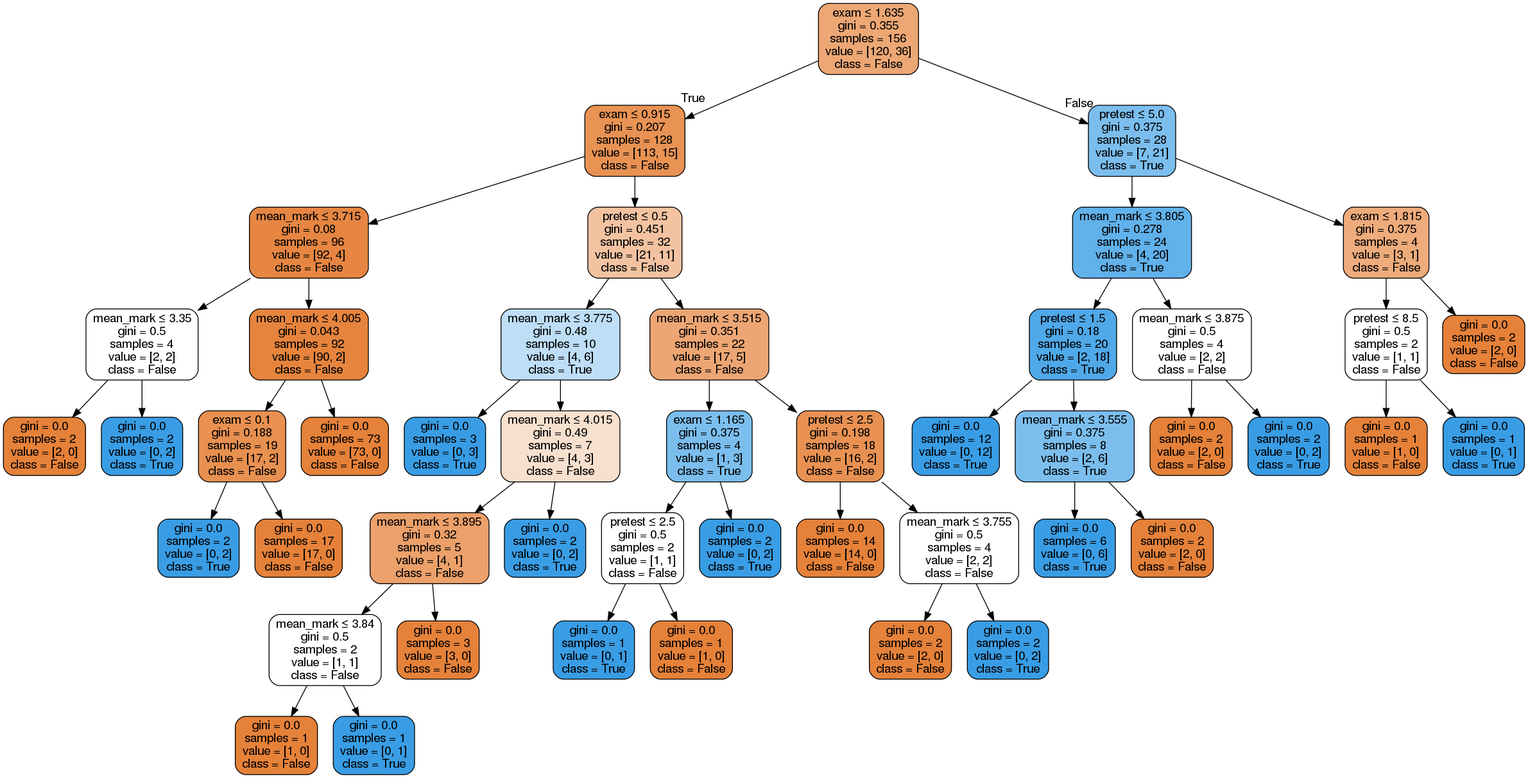
The Graphviz diagram Depth_tree.png in ArtemCoolAc/Diploma, before a commit. Its source is kept beside it as Depth_tree.dot.
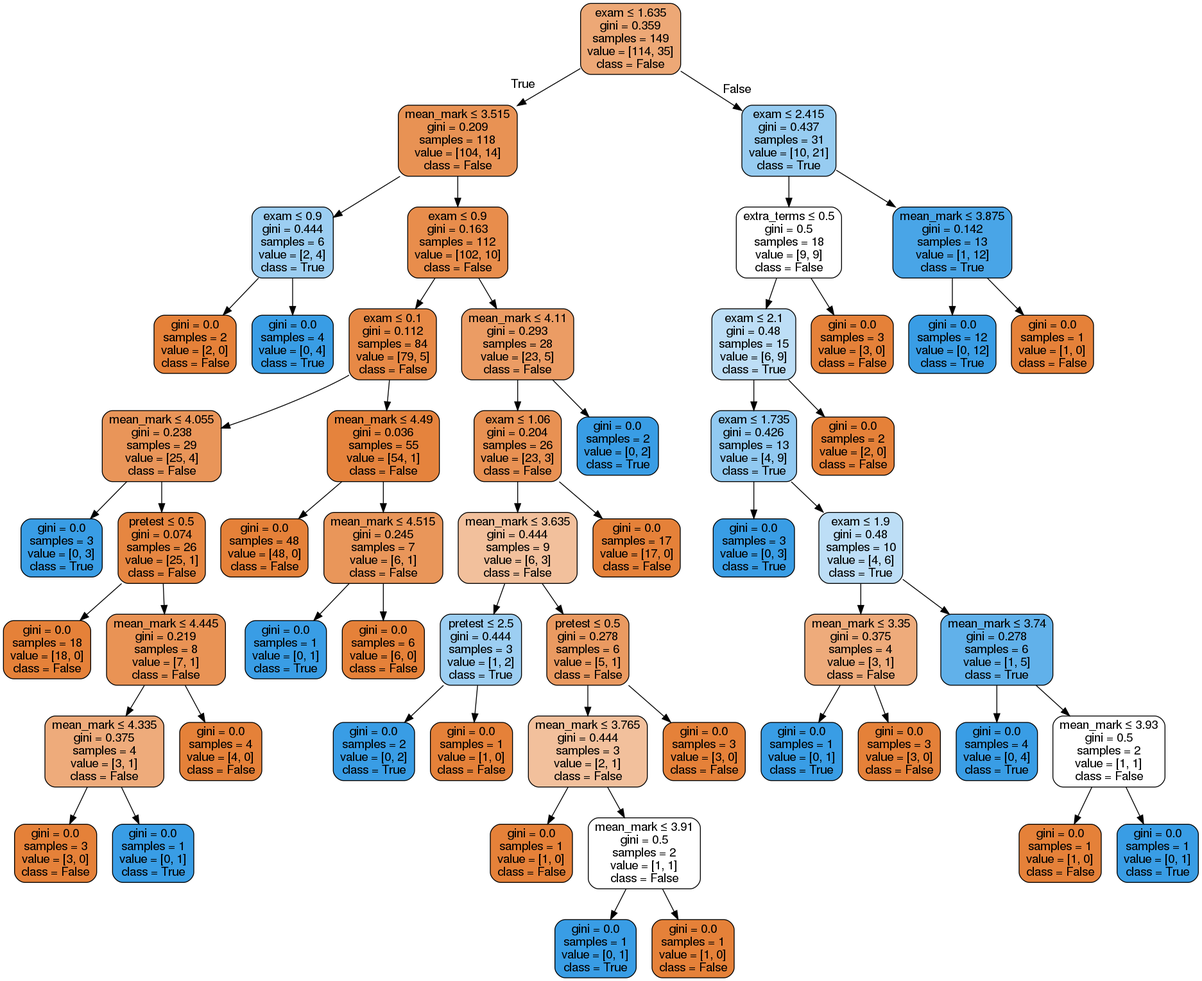
After the change.

What changed in the source:
```diff
@@ -1,97 +1,113 @@
 digraph Tree {
 node [shape=box, style="filled, rounded", color="black", fontname=helvetica] ;
 edge [fontname=helvetica] ;
-0 [label=<exam &le; 1.635<br/>gini = 0.355<br/>samples = 156<br/>value = [120, 36]<br/>class = False>, fillcolor="#eda774"] ;
-1 [label=<exam &le; 0.915<br/>gini = 0.207<br/>samples = 128<br/>value = [113, 15]<br/>class = False>, fillcolor="#e89253"] ;
+0 [label=<exam &le; 1.635<br/>gini = 0.359<br/>samples = 149<br/>value = [114, 35]<br/>class = False>, fillcolor="#eda876"] ;
+1 [label=<mean_mark &le; 3.515<br/>gini = 0.209<br/>samples = 118<br/>value = [104, 14]<br/>class = False>, fillcolor="#e89254"] ;
 0 -> 1 [labeldistance=2.5, labelangle=45, headlabel="True"] ;
-2 [label=<mean_mark &le; 3.715<br/>gini = 0.08<br/>samples = 96<br/>value = [92, 4]<br/>class = False>, fillcolor="#e68642"] ;
+2 [label=<exam &le; 0.9<br/>gini = 0.444<br/>samples = 6<br/>value = [2, 4]<br/>class = True>, fillcolor="#9ccef2"] ;
 1 -> 2 ;
-3 [label=<mean_mark &le; 3.35<br/>gini = 0.5<br/>samples = 4<br/>value = [2, 2]<br/>class = False>, fillcolor="#ffffff"] ;
+3 [label=<gini = 0.0<br/>samples = 2<br/>value = [2, 0]<br/>class = False>, fillcolor="#e58139"] ;
 2 -> 3 ;
-4 [label=<gini = 0.0<br/>samples = 2<br/>value = [2, 0]<br/>class = False>, fillcolor="#e58139"] ;
-3 -> 4 ;
-5 [label=<gini = 0.0<br/>samples = 2<br/>value = [0, 2]<br/>class = True>, fillcolor="#399de5"] ;
-3 -> 5 ;
-6 [label=<mean_mark &le; 4.005<br/>gini = 0.043<br/>samples = 92<br/>value = [90, 2]<br/>class = False>, fillcolor="#e6843d"] ;
-2 -> 6 ;
-7 [label=<exam &le; 0.1<br/>gini = 0.188<br/>samples = 19<br/>value = [17, 2]<br/>class = False>, fillcolor="#e89050"] ;
+4 [label=<gini = 0.0<br/>samples = 4<br/>value = [0, 4]<br/>class = True>, fillcolor="#399de5"] ;
+2 -> 4 ;
+5 [label=<exam &le; 0.9<br/>gini = 0.163<br/>samples = 112<br/>value = [102, 10]<br/>class = False>, fillcolor="#e88d4c"] ;
+1 -> 5 ;
+6 [label=<exam &le; 0.1<br/>gini = 0.112<br/>samples = 84<br/>value = [79, 5]<br/>class = False>, fillcolor="#e78946"] ;
+5 -> 6 ;
+7 [label=<mean_mark &le; 4.055<br/>gini = 0.238<br/>samples = 29<br/>value = [25, 4]<br/>class = False>, fillcolor="#e99559"] ;
 6 -> 7 ;
-8 [label=<gini = 0.0<br/>samples = 2<br/>value = [0, 2]<br/>class = True>, fillcolor="#399de5"] ;
+8 [label=<gini = 0.0<br/>samples = 3<br/>value = [0, 3]<br/>class = True>, fillcolor="#399de5"] ;
 7 -> 8 ;
-9 [label=<gini = 0.0<br/>samples = 17<br/>value = [17, 0]<br/>class = False>, fillcolor="#e58139"] ;
+9 [label=<pretest &le; 0.5<br/>gini = 0.074<br/>samples = 26<br/>value = [25, 1]<br/>class = False>, fillcolor="#e68641"] ;
 7 -> 9 ;
-10 [label=<gini = 0.0<br/>samples = 73<br/>value = [73, 0]<br/>class = False>, fillcolor="#e58139"] ;
-6 -> 10 ;
-11 [label=<pretest &le; 0.5<br/>gini = 0.451<br/>samples = 32<br/>value = [21, 11]<br/>class = False>, fillcolor="#f3c3a1"] ;
-1 -> 11 ;
-12 [label=<mean_mark &le; 3.775<br/>gini = 0.48<br/>samples = 10<br/>value = [4, 6]<br/>class = True>, fillcolor="#bddef6"] ;
+10 [label=<gini = 0.0<br/>samples = 18<br/>value = [18, 0]<br/>class = False>, fillcolor="#e58139"] ;
+9 -> 10 ;
+11 [label=<mean_mark &le; 4.445<br/>gini = 0.219<br/>samples = 8<br/>value = [7, 1]<br/>class = False>, fillcolor="#e99355"] ;
+9 -> 11 ;
+12 [label=<mean_mark &le; 4.335<br/>gini = 0.375<br/>samples = 4<br/>value = [3, 1]<br/>class = False>, fillcolor="#eeab7b"] ;
 11 -> 12 ;
-13 [label=<gini = 0.0<br/>samples = 3<br/>value = [0, 3]<br/>class = True>, fillcolor="#399de5"] ;
+13 [label=<gini = 0.0<br/>samples = 3<br/>value = [3, 0]<br/>class = False>, fillcolor="#e58139"] ;
 12 -> 13 ;
-14 [label=<mean_mark &le; 4.015<br/>gini = 0.49<br/>samples = 7<br/>value = [4, 3]<br/>class = False>, fillcolor="#f8e0ce"] ;
+14 [label=<gini = 0.0<br/>samples = 1<br/>value = [0, 1]<br/>class = True>, fillcolor="#399de5"] ;
 12 -> 14 ;
-15 [label=<mean_mark &le; 3.895<br/>gini = 0.32<br/>samples = 5<br/>value = [4, 1]<br/>class = False>, fillcolor="#eca06a"] ;
-14 -> 15 ;
-16 [label=<mean_mark &le; 3.84<br/>gini = 0.5<br/>samples = 2<br/>value = [1, 1]<br/>class = False>, fillcolor="#ffffff"] ;
-15 -> 16 ;
-17 [label=<gini = 0.0<br/>samples = 1<br/>value = [1, 0]<br/>class = False>, fillcolor="#e58139"] ;
+15 [label=<gini = 0.0<br/>samples = 4<br/>value = [4, 0]<br/>class = False>, fillcolor="#e58139"] ;
+11 -> 15 ;
+16 [label=<mean_mark &le; 4.49<br/>gini = 0.036<br/>samples = 55<br/>value = [54, 1]<br/>class = False>, fillcolor="#e5833d"] ;
+6 -> 16 ;
+17 [label=<gini = 0.0<br/>samples = 48<br/>value = [48, 0]<br/>class = False>, fillcolor="#e58139"] ;
 16 -> 17 ;
-18 [label=<gini = 0.0<br/>samples = 1<br/>value = [0, 1]<br/>class = True>, fillcolor="#399de5"] ;
+18 [label=<mean_mark &le; 4.515<br/>gini = 0.245<br/>samples = 7<br/>value = [6, 1]<br/>class = False>, fillcolor="#e9965a"] ;
 16 -> 18 ;
-19 [label=<gini = 0.0<br/>samples = 3<br/>value = [3, 0]<br/>class = False>, fillcolor="#e58139"] ;
-15 -> 19 ;
-20 [label=<gini = 0.0<br/>samples = 2<br/>value = [0, 2]<br/>class = True>, fillcolor="#399de5"] ;
-14 -> 20 ;
-21 [label=<mean_mark &le; 3.515<br/>gini = 0.351<br/>samples = 22<br/>value = [17, 5]<br/>class = False>, fillcolor="#eda673"] ;
-11 -> 21 ;
-22 [label=<exam &le; 1.165<br/>gini = 0.375<br/>samples = 4<br/>value = [1, 3]<br/>class = True>, fillcolor="#7bbeee"] ;
+19 [label=<gini = 0.0<br/>samples = 1<br/>value = [0, 1]<br/>class = True>, fillcolor="#399de5"] ;
+18 -> 19 ;
+20 [label=<gini = 0.0<br/>samples = 6<br/>value = [6, 0]<br/>class = False>, fillcolor="#e58139"] ;
+18 -> 20 ;
+21 [label=<mean_mark &le; 4.11<br/>gini = 0.293<br/>samples = 28<br/>value = [23, 5]<br/>class = False>, fillcolor="#eb9c64"] ;
+5 -> 21 ;
+22 [label=<exam &le; 1.06<br/>gini = 0.204<br/>samples = 26<br/>value = [23, 3]<br/>class = False>, fillcolor="#e89153"] ;
 21 -> 22 ;
-23 [label=<pretest &le; 2.5<br/>gini = 0.5<br/>samples = 2<br/>value = [1, 1]<br/>class = False>, fillcolor="#ffffff"] ;
+23 [label=<mean_mark &le; 3.635<br/>gini = 0.444<br/>samples = 9<br/>value = [6, 3]<br/>class = False>, fillcolor="#f2c09c"] ;
 22 -> 23 ;
-24 [label=<gini = 0.0<br/>samples = 1<br/>value = [0, 1]<br/>class = True>, fillcolor="#399de5"] ;
+24 [label=<pretest &le; 2.5<br/>gini = 0.444<br/>samples = 3<br/>value = [1, 2]<br/>class = True>, fillcolor="#9ccef2"] ;
 23 -> 24 ;
-25 [label=<gini = 0.0<br/>samples = 1<br/>value = [1, 0]<br/>class = False>, fillcolor="#e58139"] ;
-23 -> 25 ;
-26 [label=<gini = 0.0<br/>samples = 2<br/>value = [0, 2]<br/>class = True>, fillcolor="#399de5"] ;
-22 -> 26 ;
-27 [label=<pretest &le; 2.5<br/>gini = 0.198<br/>samples = 18<br/>value = [16, 2]<br/>class = False>, fillcolor="#e89152"] ;
-21 -> 27 ;
-28 [label=<gini = 0.0<br/>samples = 14<br/>value = [14, 0]<br/>class = False>, fillcolor="#e58139"] ;
+25 [label=<gini = 0.0<br/>samples = 2<br/>value = [0, 2]<br/>class = True>, fillcolor="#399de5"] ;
+24 -> 25 ;
+26 [label=<gini = 0.0<br/>samples = 1<br/>value = [1, 0]<br/>class = False>, fillcolor="#e58139"] ;
+24 -> 26 ;
+27 [label=<pretest &le; 0.5<br/>gini = 0.278<br/>samples = 6<br/>value = [5, 1]<br/>class = False>, fillcolor="#ea9a61"] ;
+23 -> 27 ;
+28 [label=<mean_mark &le; 3.765<br/>gini = 0.444<br/>samples = 3<br/>value = [2, 1]<br/>class = False>, fillcolor="#f2c09c"] ;
 27 -> 28 ;
-29 [label=<mean_mark &le; 3.755<br/>gini = 0.5<br/>samples = 4<br/>value = [2, 2]<br/>class = False>, fillcolor="#ffffff"] ;
-27 -> 29 ;
-30 [label=<gini = 0.0<br/>samples = 2<br/>value = [2, 0]<br/>class = False>, fillcolor="#e58139"] ;
-29 -> 30 ;
-31 [label=<gini = 0.0<br/>samples = 2<br/>value = [0, 2]<br/>class = True>, fillcolor="#399de5"] ;
-29 -> 31 ;
-32 [label=<pretest &le; 5.0<br/>gini = 0.375<br/>samples = 28<br/>value = [7, 21]<br/>class = True>, fillcolor="#7bbeee"] ;
-0 -> 32 [labeldistance=2.5, labelangle=-45, headlabel="False"] ;
-33 [label=<mean_mark &le; 3.805<br/>gini = 0.278<br/>samples = 24<br/>value = [4, 20]<br/>class = True>, fillcolor="#61b1ea"] ;
-32 -> 33 ;
-34 [label=<pretest &le; 1.5<br/>gini = 0.18<br/>samples = 20<br/>value = [2, 18]<br/>class = True>, fillcolor="#4fa8e8"] ;
-33 -> 34 ;
-35 [label=<gini = 0.0<br/>samples = 12<br/>value = [0, 12]<br/>class = True>, fillcolor="#399de5"] ;
-34 -> 35 ;
-36 [label=<mean_mark &le; 3.555<br/>gini = 0.375<br/>samples = 8<br/>value = [2, 6]<br/>class = True>, fillcolor="#7bbeee"] ;
-34 -> 36 ;
-37 [label=<gini = 0.0<br/>samples = 6<br/>value = [0, 6]<br/>class = True>, fillcolor="#399de5"] ;
+29 [label=<gini = 0.0<br/>samples = 1<br/>value = [1, 0]<br/>class = False>, fillcolor="#e58139"] ;
+28 -> 29 ;
+30 [label=<mean_mark &le; 3.91<br/>gini = 0.5<br/>samples = 2<br/>value = [1, 1]<br/>class = False>, fillcolor="#ffffff"] ;
+28 -> 30 ;
+31 [label=<gini = 0.0<br/>samples = 1<br/>value = [0, 1]<br/>class = True>, fillcolor="#399de5"] ;
+30 -> 31 ;
+32 [label=<gini = 0.0<br/>samples = 1<br/>value = [1, 0]<br/>class = False>, fillcolor="#e58139"] ;
+30 -> 32 ;
+33 [label=<gini = 0.0<br/>samples = 3<br/>value = [3, 0]<br/>class = False>, fillcolor="#e58139"] ;
+27 -> 33 ;
+34 [label=<gini = 0.0<br/>samples = 17<br/>value = [17, 0]<br/>class = False>, fillcolor="#e58139"] ;
+22 -> 34 ;
+35 [label=<gini = 0.0<br/>samples = 2<br/>value = [0, 2]<br/>class = True>, fillcolor="#399de5"] ;
+21 -> 35 ;
+36 [label=<exam &le; 2.415<br/>gini = 0.437<br/>samples = 31<br/>value = [10, 21]<br/>class = True>, fillcolor="#97ccf1"] ;
+0 -> 36 [labeldistance=2.5, labelangle=-45, headlabel="False"] ;
+37 [label=<extra_terms &le; 0.5<br/>gini = 0.5<br/>samples = 18<br/>value = [9, 9]<br/>class = False>, fillcolor="#ffffff"] ;
 36 -> 37 ;
-38 [label=<gini = 0.0<br/>samples = 2<br/>value = [2, 0]<br/>class = False>, fillcolor="#e58139"] ;
-36 -> 38 ;
-39 [label=<mean_mark &le; 3.875<br/>gini = 0.5<br/>samples = 4<br/>value = [2, 2]<br/>class = False>, fillcolor="#ffffff"] ;
-33 -> 39 ;
-40 [label=<gini = 0.0<br/>samples = 2<br/>value = [2, 0]<br/>class = False>, fillcolor="#e58139"] ;
+38 [label=<exam &le; 2.1<br/>gini = 0.48<br/>samples = 15<br/>value = [6, 9]<br/>class = True>, fillcolor="#bddef6"] ;
+37 -> 38 ;
+39 [label=<exam &le; 1.735<br/>gini = 0.426<br/>samples = 13<br/>value = [4, 9]<br/>class = True>, fillcolor="#91c9f1"] ;
+38 -> 39 ;
+40 [label=<gini = 0.0<br/>samples = 3<br/>value = [0, 3]<br/>class = True>, fillcolor="#399de5"] ;
 39 -> 40 ;
-41 [label=<gini = 0.0<br/>samples = 2<br/>value = [0, 2]<br/>class = True>, fillcolor="#399de5"] ;
+41 [label=<exam &le; 1.9<br/>gini = 0.48<br/>samples = 10<br/>value = [4, 6]<br/>class = True>, fillcolor="#bddef6"] ;
 39 -> 41 ;
-42 [label=<exam &le; 1.815<br/>gini = 0.375<br/>samples = 4<br/>value = [3, 1]<br/>class = False>, fillcolor="#eeab7b"] ;
-32 -> 42 ;
-43 [label=<pretest &le; 8.5<br/>gini = 0.5<br/>samples = 2<br/>value = [1, 1]<br/>class = False>, fillcolor="#ffffff"] ;
+42 [label=<mean_mark &le; 3.35<br/>gini = 0.375<br/>samples = 4<br/>value = [3, 1]<br/>class = False>, fillcolor="#eeab7b"] ;
+41 -> 42 ;
+43 [label=<gini = 0.0<br/>samples = 1<br/>value = [0, 1]<br/>class = True>, fillcolor="#399de5"] ;
 42 -> 43 ;
-44 [label=<gini = 0.0<br/>samples = 1<br/>value = [1, 0]<br/>class = False>, fillcolor="#e58139"] ;
-43 -> 44 ;
-45 [label=<gini = 0.0<br/>samples = 1<br/>value = [0, 1]<br/>class = True>, fillcolor="#399de5"] ;
-43 -> 45 ;
-46 [label=<gini = 0.0<br/>samples = 2<br/>value = [2, 0]<br/>class = False>, fillcolor="#e58139"] ;
-42 -> 46 ;
+44 [label=<gini = 0.0<br/>samples = 3<br/>value = [3, 0]<br/>class = False>, fillcolor="#e58139"] ;
+42 -> 44 ;
+45 [label=<mean_mark &le; 3.74<br/>gini = 0.278<br/>samples = 6<br/>value = [1, 5]<br/>class = True>, fillcolor="#61b1ea"] ;
+41 -> 45 ;
+46 [label=<gini = 0.0<br/>samples = 4<br/>value = [0, 4]<br/>class = True>, fillcolor="#399de5"] ;
+45 -> 46 ;
+47 [label=<mean_mark &le; 3.93<br/>gini = 0.5<br/>samples = 2<br/>value = [1, 1]<br/>class = False>, fillcolor="#ffffff"] ;
+45 -> 47 ;
+48 [label=<gini = 0.0<br/>samples = 1<br/>value = [1, 0]<br/>class = False>, fillcolor="#e58139"] ;
+47 -> 48 ;
+49 [label=<gini = 0.0<br/>samples = 1<br/>value = [0, 1]<br/>class = True>, fillcolor="#399de5"] ;
+47 -> 49 ;
+50 [label=<gini = 0.0<br/>samples = 2<br/>value = [2, 0]<br/>class = False>, fillcolor="#e58139"] ;
+38 -> 50 ;
+51 [label=<gini = 0.0<br/>samples = 3<br/>value = [3, 0]<br/>class = False>, fillcolor="#e58139"] ;
+37 -> 51 ;
+52 [label=<mean_mark &le; 3.875<br/>gini = 0.142<br/>samples = 13<br/>value = [1, 12]<br/>class = True>, fillcolor="#49a5e7"] ;
+36 -> 52 ;
+53 [label=<gini = 0.0<br/>samples = 12<br/>value = [0, 12]<br/>class = True>, fillcolor="#399de5"] ;
+52 -> 53 ;
+54 [label=<gini = 0.0<br/>samples = 1<br/>value = [1, 0]<br/>class = False>, fillcolor="#e58139"] ;
+52 -> 54 ;
 }
```
